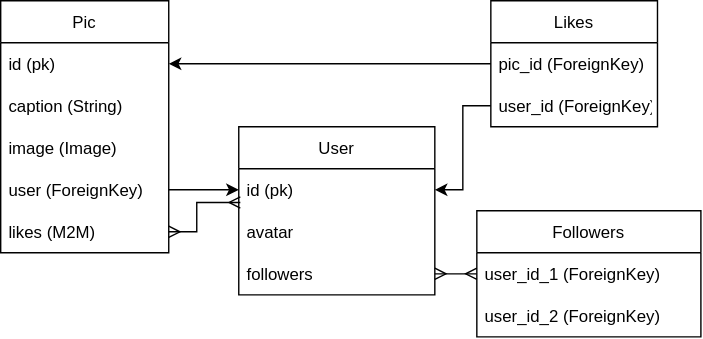
Before: 4 Django/demo/picster/db.drawio.svg, a diagram exported from draw.io (PdxCodeGuild/Class_Raven). Source tidied: cells renumbered, new cells last; positions are measured from the earlier drawing's top-left corner, leaving out a move shared by most shapes.
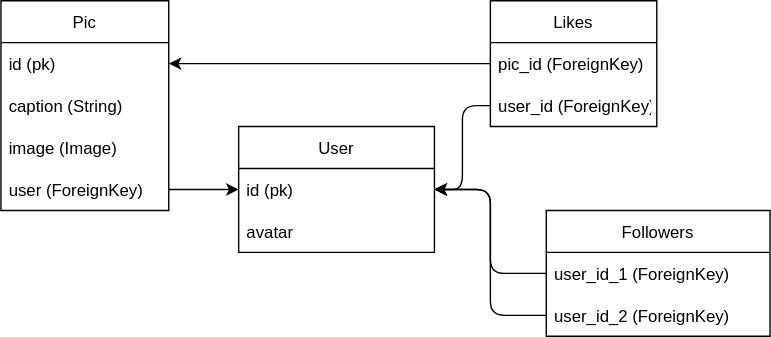
The same diagram one commit later.

Commit message:
updated picster db diagram

Change to the diagram source:
```diff
@@ -3,7 +3,7 @@
     <mxCell id="0" />
     <mxCell id="1" parent="0" />
     <mxCell id="2" value="Pic" style="swimlane;fontStyle=0;horizontal=1;startSize=30;" parent="1" vertex="1">
-      <mxGeometry width="120" height="180" as="geometry" />
+      <mxGeometry width="120" height="150" as="geometry" />
     </mxCell>
     <mxCell id="3" value="id (pk)" style="text;strokeColor=none;fillColor=none;align=left;verticalAlign=middle;spacingLeft=4;spacingRight=4;overflow=hidden;" parent="2" vertex="1">
       <mxGeometry y="30" width="120" height="30" as="geometry" />
@@ -17,9 +17,6 @@
     <mxCell id="6" value="user (ForeignKey)" style="text;strokeColor=none;fillColor=none;align=left;verticalAlign=middle;spacingLeft=4;spacingRight=4;overflow=hidden;points=[[0,0.5],[1,0.5]];portConstraint=eastwest;" parent="2" vertex="1">
       <mxGeometry y="120" width="120" height="30" as="geometry" />
     </mxCell>
-    <mxCell id="7" value="likes (M2M)" style="text;strokeColor=none;fillColor=none;align=left;verticalAlign=middle;spacingLeft=4;spacingRight=4;overflow=hidden;points=[[0,0.5],[1,0.5]];portConstraint=eastwest;" parent="2" vertex="1">
-      <mxGeometry y="150" width="120" height="30" as="geometry" />
-    </mxCell>
     <mxCell id="8" value="Likes" style="swimlane;fontStyle=0;horizontal=1;startSize=30;" parent="1" vertex="1">
       <mxGeometry x="350" width="119" height="90" as="geometry" />
     </mxCell>
@@ -30,7 +27,7 @@
       <mxGeometry y="60" width="119" height="30" as="geometry" />
     </mxCell>
     <mxCell id="11" value="User" style="swimlane;fontStyle=0;horizontal=1;startSize=30;" parent="1" vertex="1">
-      <mxGeometry x="170" y="90" width="140" height="120" as="geometry" />
+      <mxGeometry x="170" y="90" width="140" height="90" as="geometry" />
     </mxCell>
     <mxCell id="12" value="id (pk)" style="text;strokeColor=none;fillColor=none;align=left;verticalAlign=middle;spacingLeft=4;spacingRight=4;overflow=hidden;points=[[0,0.5],[1,0.5]];portConstraint=eastwest;" parent="11" vertex="1">
       <mxGeometry y="30" width="140" height="30" as="geometry" />
@@ -38,11 +35,8 @@
     <mxCell id="13" value="avatar" style="text;strokeColor=none;fillColor=none;align=left;verticalAlign=middle;spacingLeft=4;spacingRight=4;overflow=hidden;" parent="11" vertex="1">
       <mxGeometry y="60" width="140" height="30" as="geometry" />
     </mxCell>
-    <mxCell id="14" value="followers" style="text;strokeColor=none;fillColor=none;align=left;verticalAlign=middle;spacingLeft=4;spacingRight=4;overflow=hidden;points=[[0,0.5],[1,0.5]];portConstraint=eastwest;" parent="11" vertex="1">
-      <mxGeometry y="90" width="140" height="30" as="geometry" />
-    </mxCell>
     <mxCell id="15" value="Followers" style="swimlane;fontStyle=0;horizontal=1;startSize=30;" parent="1" vertex="1">
-      <mxGeometry x="340" y="150" width="160" height="90" as="geometry" />
+      <mxGeometry x="390" y="150" width="160" height="90" as="geometry" />
     </mxCell>
     <mxCell id="16" value="user_id_1 (ForeignKey)" style="text;strokeColor=none;fillColor=none;align=left;verticalAlign=middle;spacingLeft=4;spacingRight=4;overflow=hidden;points=[[0,0.5],[1,0.5]];portConstraint=eastwest;" parent="15" vertex="1">
       <mxGeometry y="30" width="160" height="30" as="geometry" />
@@ -50,20 +44,9 @@
     <mxCell id="17" value="user_id_2 (ForeignKey)" style="text;strokeColor=none;fillColor=none;align=left;verticalAlign=middle;spacingLeft=4;spacingRight=4;overflow=hidden;points=[[0,0.5],[1,0.5]];portConstraint=eastwest;" parent="15" vertex="1">
       <mxGeometry y="60" width="160" height="30" as="geometry" />
     </mxCell>
-    <mxCell id="18" style="edgeStyle=none;html=1;entryX=0;entryY=0.5;entryDx=0;entryDy=0;startArrow=ERmany;startFill=0;endArrow=ERmany;endFill=0;entryPerimeter=0;exitX=1;exitY=0.5;exitDx=0;exitDy=0;" parent="1" edge="1" source="14" target="16">
-      <mxGeometry relative="1" as="geometry" />
-    </mxCell>
     <mxCell id="19" style="edgeStyle=none;html=1;entryX=0;entryY=0.5;entryDx=0;entryDy=0;startArrow=none;startFill=0;endArrow=classic;endFill=1;exitX=1;exitY=0.5;exitDx=0;exitDy=0;" parent="1" edge="1" source="6" target="12">
       <mxGeometry relative="1" as="geometry" />
     </mxCell>
-    <mxCell id="20" style="edgeStyle=none;html=1;entryX=1;entryY=0.5;entryDx=0;entryDy=0;startArrow=ERmany;startFill=0;endArrow=ERmany;endFill=0;exitX=0.008;exitY=0.801;exitDx=0;exitDy=0;exitPerimeter=0;rounded=0;" parent="1" edge="1" source="12" target="7">
-      <mxGeometry relative="1" as="geometry">
-        <Array as="points">
-          <mxPoint x="140" y="144" />
-          <mxPoint x="140" y="165" />
-        </Array>
-      </mxGeometry>
-    </mxCell>
     <mxCell id="21" style="edgeStyle=none;rounded=0;html=1;exitX=0;exitY=0.5;exitDx=0;exitDy=0;entryX=1;entryY=0.5;entryDx=0;entryDy=0;startArrow=none;startFill=0;endArrow=classic;endFill=1;" parent="1" edge="1">
       <mxGeometry relative="1" as="geometry">
         <mxPoint x="350" y="45" as="sourcePoint" />
@@ -73,7 +56,7 @@
         </Array>
       </mxGeometry>
     </mxCell>
-    <mxCell id="22" style="edgeStyle=none;rounded=0;html=1;exitX=0;exitY=0.5;exitDx=0;exitDy=0;entryX=1;entryY=0.5;entryDx=0;entryDy=0;startArrow=none;startFill=0;endArrow=classic;endFill=1;" parent="1" edge="1" source="10" target="12">
+    <mxCell id="22" style="edgeStyle=none;rounded=1;html=1;exitX=0;exitY=0.5;exitDx=0;exitDy=0;entryX=1;entryY=0.5;entryDx=0;entryDy=0;startArrow=none;startFill=0;endArrow=classic;endFill=1;" parent="1" edge="1" source="10" target="12">
       <mxGeometry relative="1" as="geometry">
         <Array as="points">
           <mxPoint x="330" y="75" />
@@ -81,5 +64,21 @@
         </Array>
       </mxGeometry>
     </mxCell>
+    <mxCell id="23" style="edgeStyle=none;html=1;entryX=1;entryY=0.5;entryDx=0;entryDy=0;exitX=0;exitY=0.5;exitDx=0;exitDy=0;" parent="1" edge="1" source="16" target="12">
+      <mxGeometry relative="1" as="geometry">
+        <Array as="points">
+          <mxPoint x="350" y="195" />
+          <mxPoint x="350" y="135" />
+        </Array>
+      </mxGeometry>
+    </mxCell>
+    <mxCell id="24" style="edgeStyle=none;rounded=1;html=1;entryX=1;entryY=0.5;entryDx=0;entryDy=0;exitX=0;exitY=0.5;exitDx=0;exitDy=0;" parent="1" edge="1" source="17" target="12">
+      <mxGeometry relative="1" as="geometry">
+        <Array as="points">
+          <mxPoint x="350" y="225" />
+          <mxPoint x="350" y="135" />
+        </Array>
+      </mxGeometry>
+    </mxCell>
   </root>
 </mxGraphModel>
```
